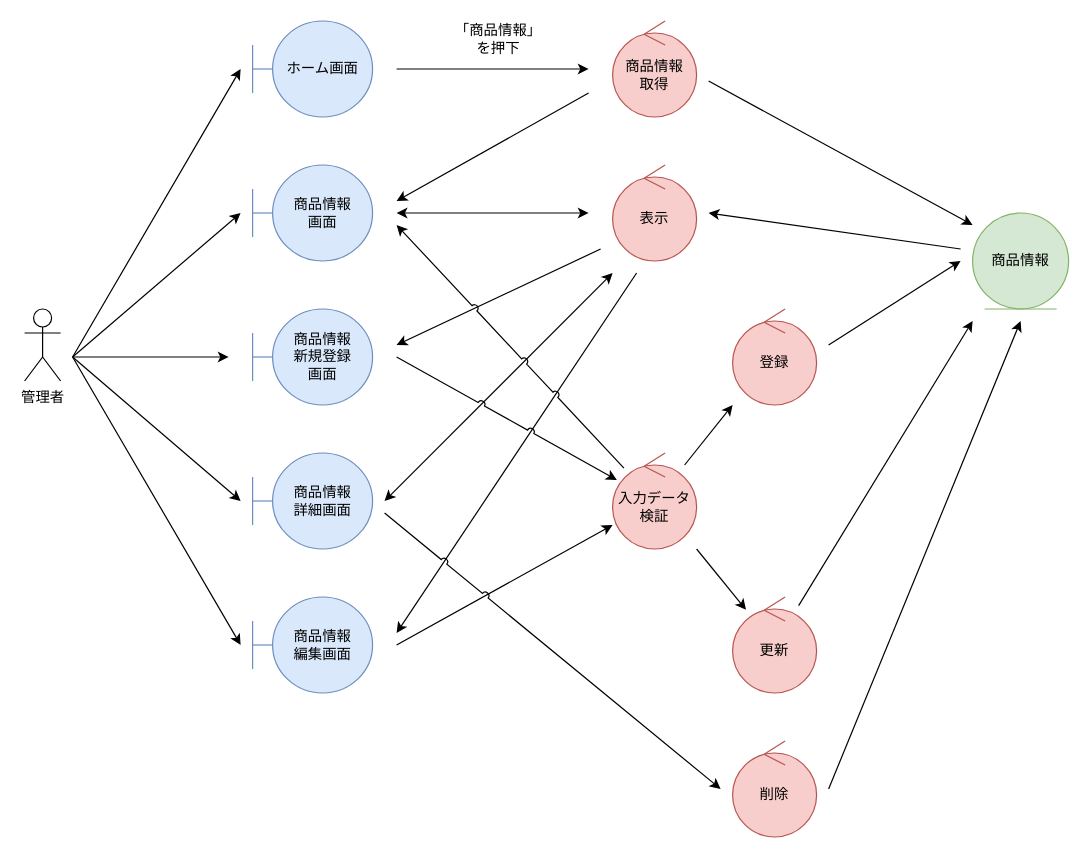
Above: page "商品情報管理" (1 of 3) of 各種設計書/3ロバストネス図/在庫管理/在庫管理.drawio in HaruShim/Sotuken (draw.io), before the change. Source tidied: cells renumbered, new cells numbered last; positions are measured from the earlier drawing's top-left corner, leaving out a move shared by most shapes. Both pictures are drawn from the tidied source at 120%, with x=0, y=0 at pixel (24, 20).
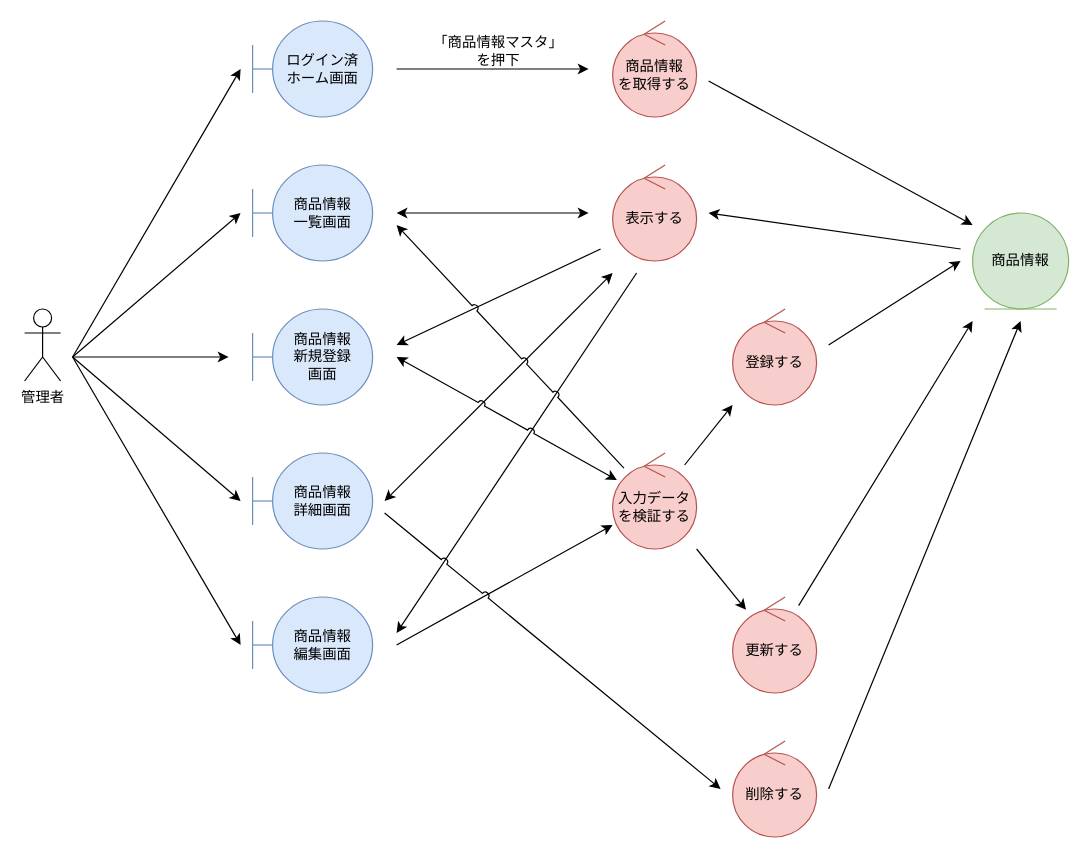
After the change.

Diff of the diagram source:
```diff
@@
-    <mxCell id="3" value="ホーム画面" style="shape=umlBoundary;whiteSpace=wrap;html=1;fillColor=#dae8fc;strokeColor=#6c8ebf;" parent="1" vertex="1">
+    <mxCell id="3" value="ログイン済&lt;br&gt;ホーム画面" style="shape=umlBoundary;whiteSpace=wrap;html=1;fillColor=#dae8fc;strokeColor=#6c8ebf;" parent="1" vertex="1">
       <mxGeometry x="190" width="100" height="80" as="geometry" />
     </mxCell>
-    <mxCell id="4" value="商品情報&lt;br&gt;画面" style="shape=umlBoundary;whiteSpace=wrap;html=1;fillColor=#dae8fc;strokeColor=#6c8ebf;" parent="1" vertex="1">
+    <mxCell id="4" value="商品情報&lt;br&gt;一覧画面" style="shape=umlBoundary;whiteSpace=wrap;html=1;fillColor=#dae8fc;strokeColor=#6c8ebf;" parent="1" vertex="1">
       <mxGeometry x="190" y="120" width="100" height="80" as="geometry" />
     </mxCell>
@@
-    <mxCell id="6" value="商品情報&lt;br&gt;取得" style="ellipse;shape=umlControl;whiteSpace=wrap;html=1;fillColor=#f8cecc;strokeColor=#b85450;" parent="1" vertex="1">
+    <mxCell id="6" value="商品情報&lt;br&gt;を取得する" style="ellipse;shape=umlControl;whiteSpace=wrap;html=1;fillColor=#f8cecc;strokeColor=#b85450;" parent="1" vertex="1">
       <mxGeometry x="490" width="70" height="80" as="geometry" />
     </mxCell>
@@
-    <mxCell id="8" value="表示" style="ellipse;shape=umlControl;whiteSpace=wrap;html=1;fillColor=#f8cecc;strokeColor=#b85450;" parent="1" vertex="1">
+    <mxCell id="8" value="表示する" style="ellipse;shape=umlControl;whiteSpace=wrap;html=1;fillColor=#f8cecc;strokeColor=#b85450;" parent="1" vertex="1">
       <mxGeometry x="490" y="120" width="70" height="80" as="geometry" />
     </mxCell>
-    <mxCell id="9" value="登録" style="ellipse;shape=umlControl;whiteSpace=wrap;html=1;fillColor=#f8cecc;strokeColor=#b85450;" parent="1" vertex="1">
+    <mxCell id="9" value="登録する" style="ellipse;shape=umlControl;whiteSpace=wrap;html=1;fillColor=#f8cecc;strokeColor=#b85450;" parent="1" vertex="1">
       <mxGeometry x="590" y="240" width="70" height="80" as="geometry" />
     </mxCell>
@@
-    <mxCell id="11" value="更新" style="ellipse;shape=umlControl;whiteSpace=wrap;html=1;fillColor=#f8cecc;strokeColor=#b85450;" parent="1" vertex="1">
+    <mxCell id="11" value="更新する" style="ellipse;shape=umlControl;whiteSpace=wrap;html=1;fillColor=#f8cecc;strokeColor=#b85450;" parent="1" vertex="1">
       <mxGeometry x="590" y="480" width="70" height="80" as="geometry" />
     </mxCell>
@@
-    <mxCell id="15" value="「商品情報」&lt;br&gt;を押下" style="text;html=1;strokeColor=none;fillColor=none;align=center;verticalAlign=middle;whiteSpace=wrap;rounded=0;" parent="1" vertex="1">
-      <mxGeometry x="350" width="90" height="30" as="geometry" />
+    <mxCell id="15" value="「商品情報マスタ」&lt;br&gt;を押下" style="text;html=1;strokeColor=none;fillColor=none;align=center;verticalAlign=middle;whiteSpace=wrap;rounded=0;" parent="1" vertex="1">
+      <mxGeometry x="340" y="10" width="110" height="30" as="geometry" />
     </mxCell>
@@
-    <mxCell id="22" style="endArrow=classic;html=1;rounded=0;" parent="1" edge="1">
-      <mxGeometry relative="1" as="geometry">
-        <mxPoint x="470" y="60" as="sourcePoint" />
-        <mxPoint x="310" y="150" as="targetPoint" />
-      </mxGeometry>
-    </mxCell>
-    <mxCell id="23" value="入力データ検証" style="ellipse;shape=umlControl;whiteSpace=wrap;html=1;fillColor=#f8cecc;strokeColor=#b85450;" parent="1" vertex="1">
+    <mxCell id="23" value="入力データを検証する" style="ellipse;shape=umlControl;whiteSpace=wrap;html=1;fillColor=#f8cecc;strokeColor=#b85450;" parent="1" vertex="1">
       <mxGeometry x="490" y="360" width="70" height="80" as="geometry" />
     </mxCell>
-    <mxCell id="24" value="削除" style="ellipse;shape=umlControl;whiteSpace=wrap;html=1;fillColor=#f8cecc;strokeColor=#b85450;" parent="1" vertex="1">
+    <mxCell id="24" value="削除する" style="ellipse;shape=umlControl;whiteSpace=wrap;html=1;fillColor=#f8cecc;strokeColor=#b85450;" parent="1" vertex="1">
       <mxGeometry x="590" y="600" width="70" height="80" as="geometry" />
     </mxCell>
@@
-    <mxCell id="36" style="endArrow=classic;html=1;rounded=0;jumpStyle=arc;" parent="1" edge="1" target="23">
+    <mxCell id="36" style="endArrow=classic;html=1;rounded=0;jumpStyle=arc;startArrow=classic;startFill=1;" parent="1" edge="1" target="23">
       <mxGeometry relative="1" as="geometry">
         <mxPoint x="310" y="280" as="sourcePoint" />
       </mxGeometry>
     </mxCell>
```
